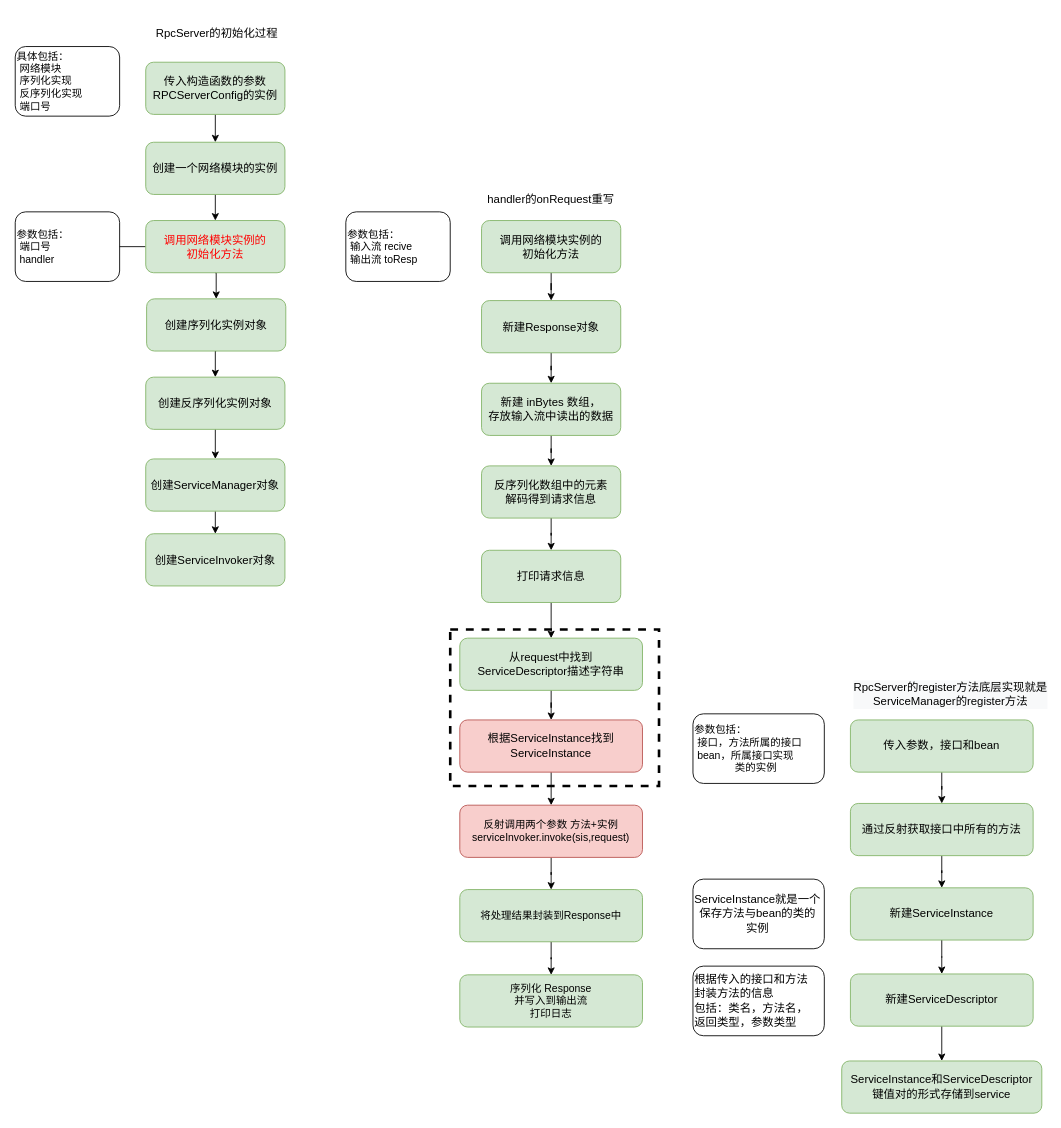
HonyoLAN/telmy keeps this draw.io diagram as page "TransportServer" (1 of 3) of RPC.drawio. Above is the earlier version. Source tidied: cells renumbered, new cells numbered last; positions are measured from the earlier drawing's top-left corner, leaving out a move shared by most shapes. Both pictures are drawn from the tidied source at 87%, with x=0, y=0 at pixel (15, 20).
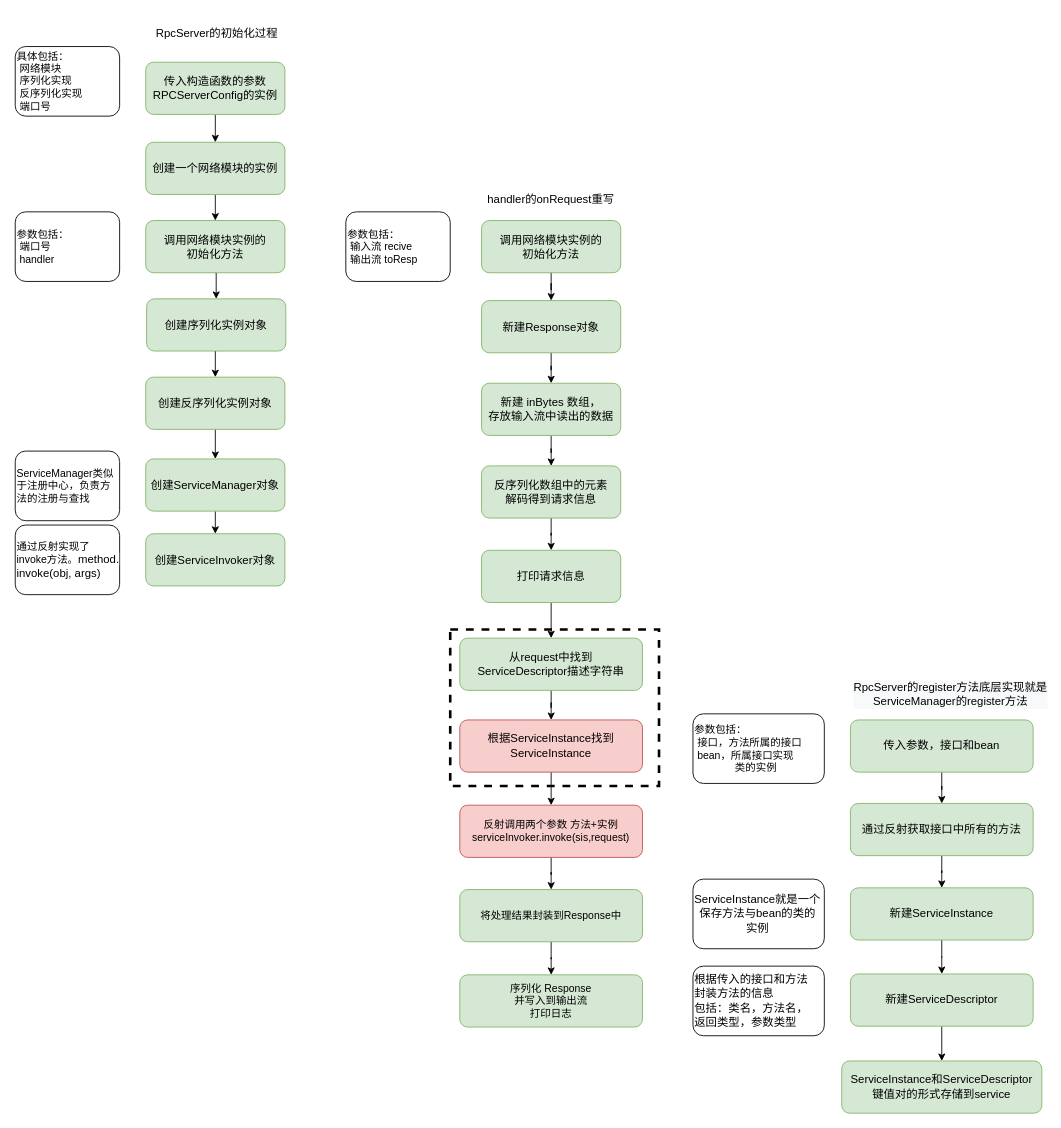
The same page after the edit.

What changed in the source:
```diff
@@
-    <mxCell id="10" style="edgeStyle=orthogonalEdgeStyle;rounded=0;jettySize=auto;html=1;fontColor=#000000;" parent="1" edge="1" source="11">
-      <mxGeometry relative="1" as="geometry">
-        <mxPoint x="50" y="260" as="targetPoint" />
-      </mxGeometry>
-    </mxCell>
-    <mxCell id="11" value="&lt;pre style=&quot;font-family: &amp;quot;jetbrains mono&amp;quot; ; font-size: 9.8pt&quot;&gt;调用网络模块实例的&lt;br&gt;初始化方法&lt;/pre&gt;" style="rounded=1;whiteSpace=wrap;html=1;fillColor=#d5e8d4;strokeColor=#82b366;fontColor=#FF0000;" parent="1" vertex="1">
+    <mxCell id="11" value="&lt;pre style=&quot;font-family: &amp;quot;jetbrains mono&amp;quot; ; font-size: 9.8pt&quot;&gt;调用网络模块实例的&lt;br&gt;初始化方法&lt;/pre&gt;" style="rounded=1;whiteSpace=wrap;html=1;fillColor=#d5e8d4;strokeColor=#82b366;fontColor=#000000;" parent="1" vertex="1">
       <mxGeometry x="150" y="230" width="160" height="60" as="geometry" />
     </mxCell>
@@
+    <mxCell id="54" value="ServiceManager类似于注册中心，负责方法的注册与查找" style="rounded=1;whiteSpace=wrap;html=1;labelBackgroundColor=none;fontColor=#000000;align=left;" parent="1" vertex="1">
+      <mxGeometry y="495" width="120" height="80" as="geometry" />
+    </mxCell>
+    <mxCell id="55" value="通过反射实现了invoke方法。&lt;span style=&quot;background-color: rgb(255 , 255 , 255) ; font-family: &amp;#34;jetbrains mono&amp;#34; ; font-size: 9.8pt&quot;&gt;method.&lt;br&gt;invoke(obj, args)&lt;/span&gt;" style="rounded=1;whiteSpace=wrap;html=1;labelBackgroundColor=none;fontColor=#000000;align=left;" parent="1" vertex="1">
+      <mxGeometry y="580" width="120" height="80" as="geometry" />
+    </mxCell>
```
